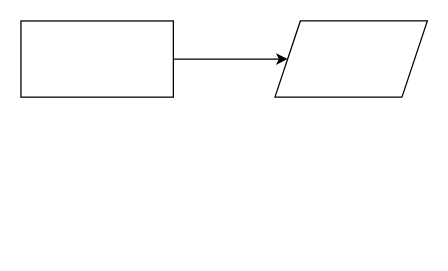
Earlier version of the draw.io diagram 未命名绘图.drawio (811568209/web_book). Source tidied: cells renumbered, new cells numbered last; positions are measured from the earlier drawing's top-left corner, leaving out a move shared by most shapes. Both pictures are drawn from the tidied source at 127%, with x=0, y=0 at pixel (20, 20).
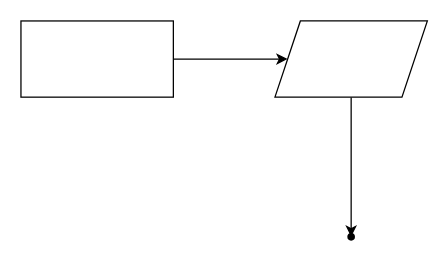
Above is the later version.

Commit message (it also covers changes not shown here):
更新未命名绘图.drawio

Diff of the diagram source:
```diff
@@
 <mxGraphModel>
   <root>
     <mxCell id="0" />
     <mxCell id="1" parent="0" />
     <mxCell id="2" style="edgeStyle=orthogonalEdgeStyle;rounded=0;jettySize=auto;html=1;" parent="1" edge="1" source="3" target="4">
       <mxGeometry relative="1" as="geometry" />
     </mxCell>
     <mxCell id="3" style="rounded=0;whiteSpace=wrap;html=1;" parent="1" vertex="1">
       <mxGeometry width="120" height="60" as="geometry" />
     </mxCell>
+    <mxCell id="5" style="edgeStyle=orthogonalEdgeStyle;rounded=0;jettySize=auto;html=1;" parent="1" edge="1" source="4" target="6">
+      <mxGeometry relative="1" as="geometry" />
+    </mxCell>
     <mxCell id="4" style="shape=parallelogram;perimeter=parallelogramPerimeter;whiteSpace=wrap;html=1;fixedSize=1;rounded=0;" parent="1" vertex="1">
       <mxGeometry x="200" width="120" height="60" as="geometry" />
     </mxCell>
+    <mxCell id="6" style="shape=waypoint;sketch=0;size=6;points=[];fillColor=default;perimeter=centerPerimeter;snapToPoint=1;rounded=0;" parent="1" vertex="1">
+      <mxGeometry x="250" y="160" width="20" height="20" as="geometry" />
+    </mxCell>
   </root>
 </mxGraphModel>
```
